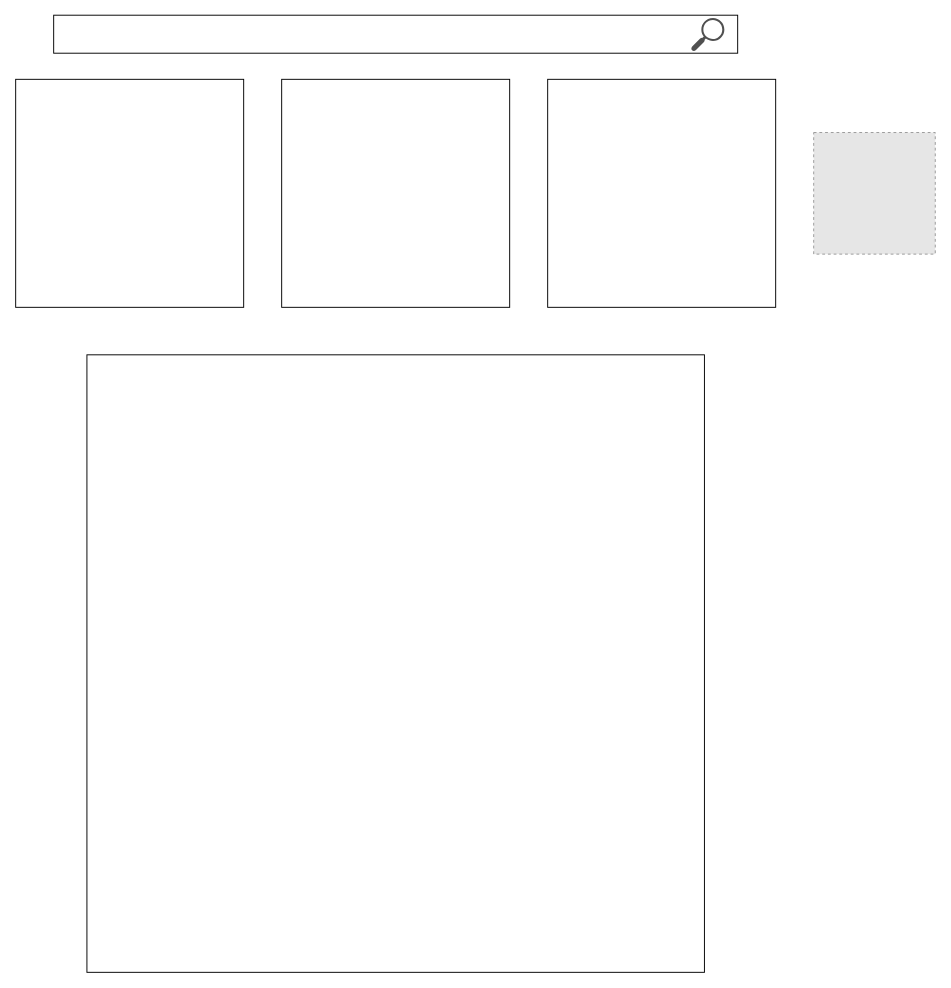
Before: Notes Sketch.drawio in psktcsharp/100days-frontend, a draw.io diagram. Source tidied: cells renumbered, new cells numbered last; positions are measured from the earlier drawing's top-left corner, leaving out a move shared by most shapes. Both pictures are drawn from the tidied source at 95%, with x=0, y=0 at pixel (15, 14). Pictures stored in the file or linked from it are replaced by grey dashed boxes.
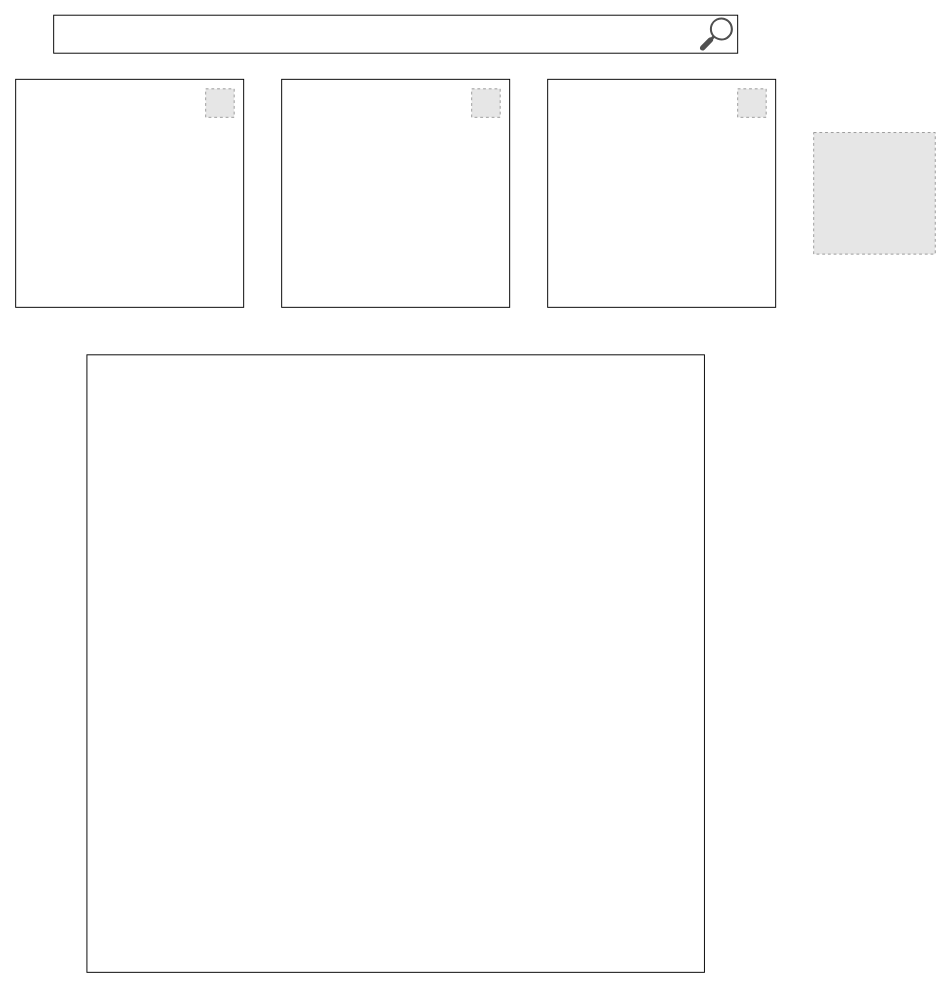
Above is the later version.

Commit message (it also covers changes not shown here):
added delete icons to notes, some spacing for top notes menu, moved search icon to the right to match the sketch, updated the sketch

The edit, as a diff of the source:
```diff
@@
 <mxGraphModel>
   <root>
     <mxCell id="0" />
     <mxCell id="1" parent="0" />
     <mxCell id="2" style="rounded=0;whiteSpace=wrap;html=1;" parent="1" vertex="1">
       <mxGeometry x="40" y="0.5" width="720" height="40" as="geometry" />
     </mxCell>
     <mxCell id="3" style="edgeStyle=orthogonalEdgeStyle;rounded=0;orthogonalLoop=1;jettySize=auto;html=1;exitX=0.5;exitY=1;exitDx=0;exitDy=0;" parent="1" edge="1" source="2" target="2">
       <mxGeometry relative="1" as="geometry" />
     </mxCell>
     <mxCell id="4" style="sketch=0;shadow=0;dashed=0;html=1;strokeColor=none;fillColor=#505050;labelPosition=center;verticalLabelPosition=bottom;verticalAlign=top;align=center;shape=mxgraph.office.concepts.search;" parent="1" vertex="1">
-      <mxGeometry x="711" y="3.5" width="35" height="35" as="geometry" />
+      <mxGeometry x="720" y="3" width="35" height="35" as="geometry" />
     </mxCell>
     <mxCell id="5" style="whiteSpace=wrap;html=1;" parent="1" vertex="1">
       <mxGeometry y="68" width="240" height="240" as="geometry" />
     </mxCell>
     <mxCell id="6" style="whiteSpace=wrap;html=1;" parent="1" vertex="1">
       <mxGeometry x="280" y="68" width="240" height="240" as="geometry" />
     </mxCell>
     <mxCell id="7" style="whiteSpace=wrap;html=1;" parent="1" vertex="1">
       <mxGeometry x="560" y="68" width="240" height="240" as="geometry" />
     </mxCell>
     <mxCell id="8" style="whiteSpace=wrap;html=1;" parent="1" vertex="1">
       <mxGeometry x="75" y="358" width="650" height="650" as="geometry" />
     </mxCell>
     <mxCell id="9" style="fillColor=#E6E6E6;strokeColor=#999999;dashed=1;html=1;verticalAlign=top;verticalLabelPosition=bottom;labelBackgroundColor=#ffffff;" parent="1" vertex="1">
       <mxGeometry x="840" y="124" width="128" height="128" as="geometry" />
     </mxCell>
+    <mxCell id="10" style="fillColor=#E6E6E6;strokeColor=#999999;dashed=1;html=1;verticalAlign=top;verticalLabelPosition=bottom;labelBackgroundColor=#ffffff;" parent="1" vertex="1">
+      <mxGeometry x="200" y="78" width="30" height="30" as="geometry" />
+    </mxCell>
+    <mxCell id="11" style="fillColor=#E6E6E6;strokeColor=#999999;dashed=1;html=1;verticalAlign=top;verticalLabelPosition=bottom;labelBackgroundColor=#ffffff;" parent="1" vertex="1">
+      <mxGeometry x="480" y="78" width="30" height="30" as="geometry" />
+    </mxCell>
+    <mxCell id="12" style="fillColor=#E6E6E6;strokeColor=#999999;dashed=1;html=1;verticalAlign=top;verticalLabelPosition=bottom;labelBackgroundColor=#ffffff;" parent="1" vertex="1">
+      <mxGeometry x="760" y="78" width="30" height="30" as="geometry" />
+    </mxCell>
   </root>
 </mxGraphModel>
```
